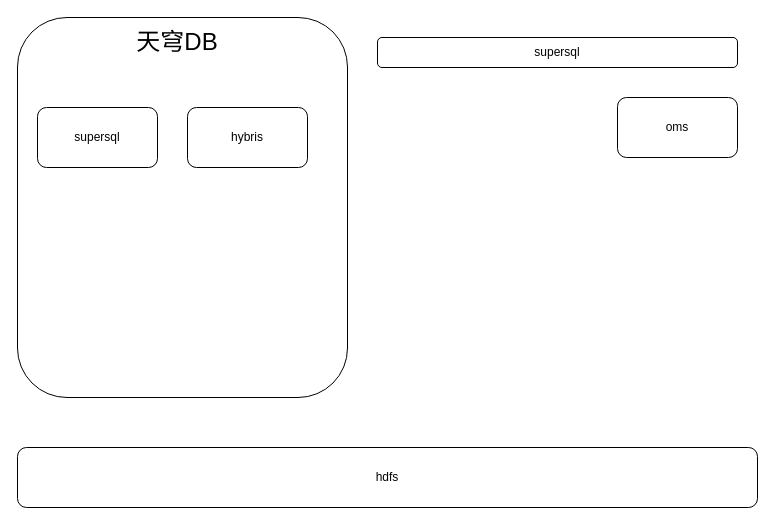
This is 天穹db.drawio from yuhuali1989/ui, a draw.io file, before an edit. Source tidied: cells renumbered, new cells numbered last; positions are measured from the earlier drawing's top-left corner, leaving out a move shared by most shapes. Both pictures are drawn from the tidied source at 100%, with x=0, y=0 at pixel (17, 17).
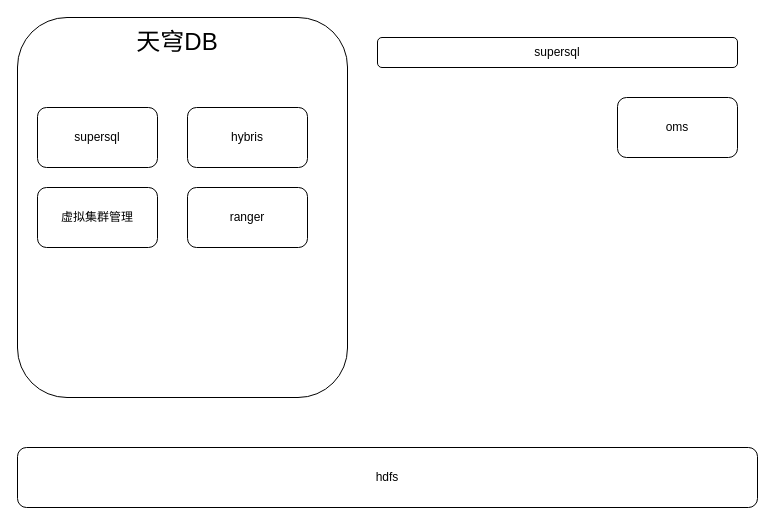
The same page after the edit.

What changed in the source:
```diff
@@
 <mxGraphModel>
   <root>
     <mxCell id="0" />
     <mxCell id="1" parent="0" />
     <mxCell id="2" style="rounded=1;whiteSpace=wrap;html=1;align=left;" parent="1" vertex="1">
       <mxGeometry width="330" height="380" as="geometry" />
     </mxCell>
     <mxCell id="3" value="&lt;font style=&quot;font-size: 24px;&quot;&gt;天穹DB&lt;/font&gt;" style="text;html=1;strokeColor=none;fillColor=none;align=center;verticalAlign=middle;whiteSpace=wrap;rounded=0;" parent="1" vertex="1">
       <mxGeometry x="100" width="120" height="50" as="geometry" />
     </mxCell>
     <mxCell id="4" value="hybris" style="rounded=1;whiteSpace=wrap;html=1;" parent="1" vertex="1">
       <mxGeometry x="170" y="90" width="120" height="60" as="geometry" />
     </mxCell>
     <mxCell id="5" value="supersql" style="rounded=1;whiteSpace=wrap;html=1;" parent="1" vertex="1">
       <mxGeometry x="20" y="90" width="120" height="60" as="geometry" />
     </mxCell>
     <mxCell id="6" value="hdfs" style="rounded=1;whiteSpace=wrap;html=1;" parent="1" vertex="1">
       <mxGeometry y="430" width="740" height="60" as="geometry" />
     </mxCell>
     <mxCell id="7" value="oms" style="rounded=1;whiteSpace=wrap;html=1;" parent="1" vertex="1">
       <mxGeometry x="600" y="80" width="120" height="60" as="geometry" />
     </mxCell>
     <mxCell id="8" value="supersql" style="rounded=1;whiteSpace=wrap;html=1;" parent="1" vertex="1">
       <mxGeometry x="360" y="20" width="360" height="30" as="geometry" />
     </mxCell>
+    <mxCell id="9" value="ranger" style="rounded=1;whiteSpace=wrap;html=1;" parent="1" vertex="1">
+      <mxGeometry x="170" y="170" width="120" height="60" as="geometry" />
+    </mxCell>
+    <mxCell id="10" value="虚拟集群管理" style="rounded=1;whiteSpace=wrap;html=1;" parent="1" vertex="1">
+      <mxGeometry x="20" y="170" width="120" height="60" as="geometry" />
+    </mxCell>
   </root>
 </mxGraphModel>
```
